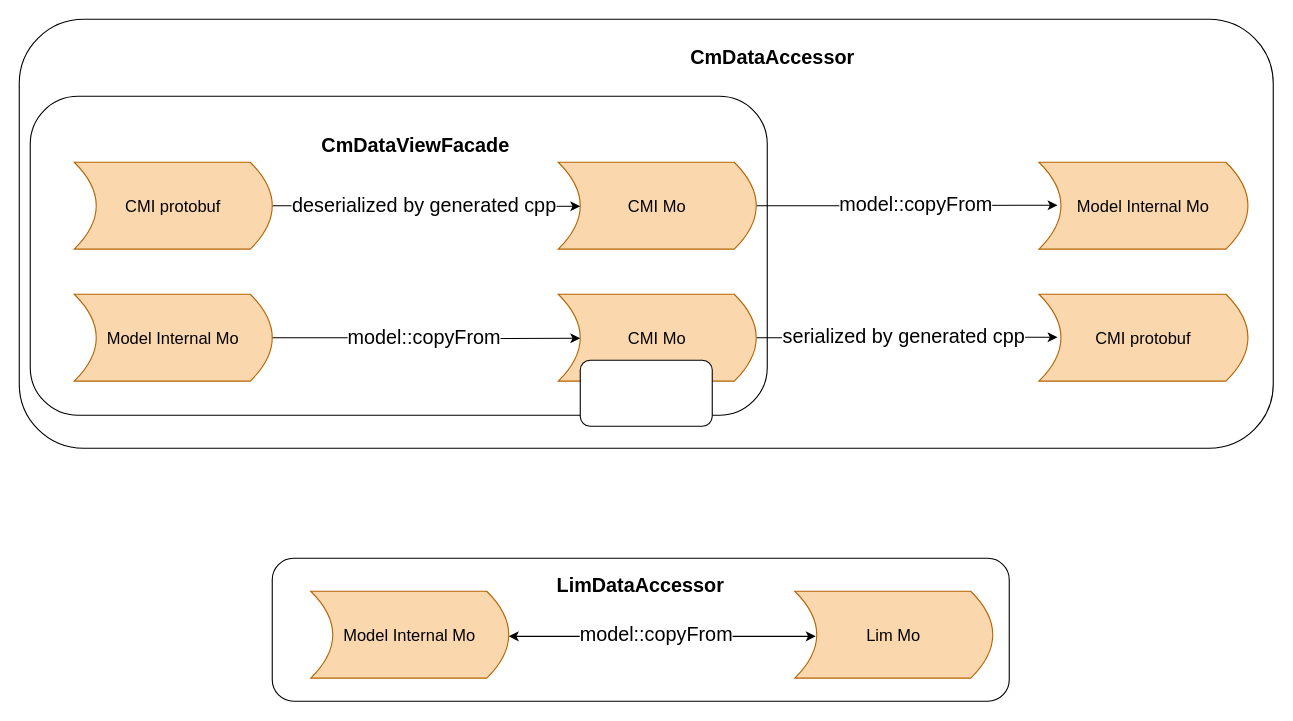
xdlhzdh/drawio keeps this draw.io diagram as cloud_model.drawio. Above is the earlier version. Source tidied: cells renumbered, new cells numbered last; positions are measured from the earlier drawing's top-left corner, leaving out a move shared by most shapes. Both pictures are drawn from the tidied source at 110%, with x=0, y=0 at pixel (19, 19).
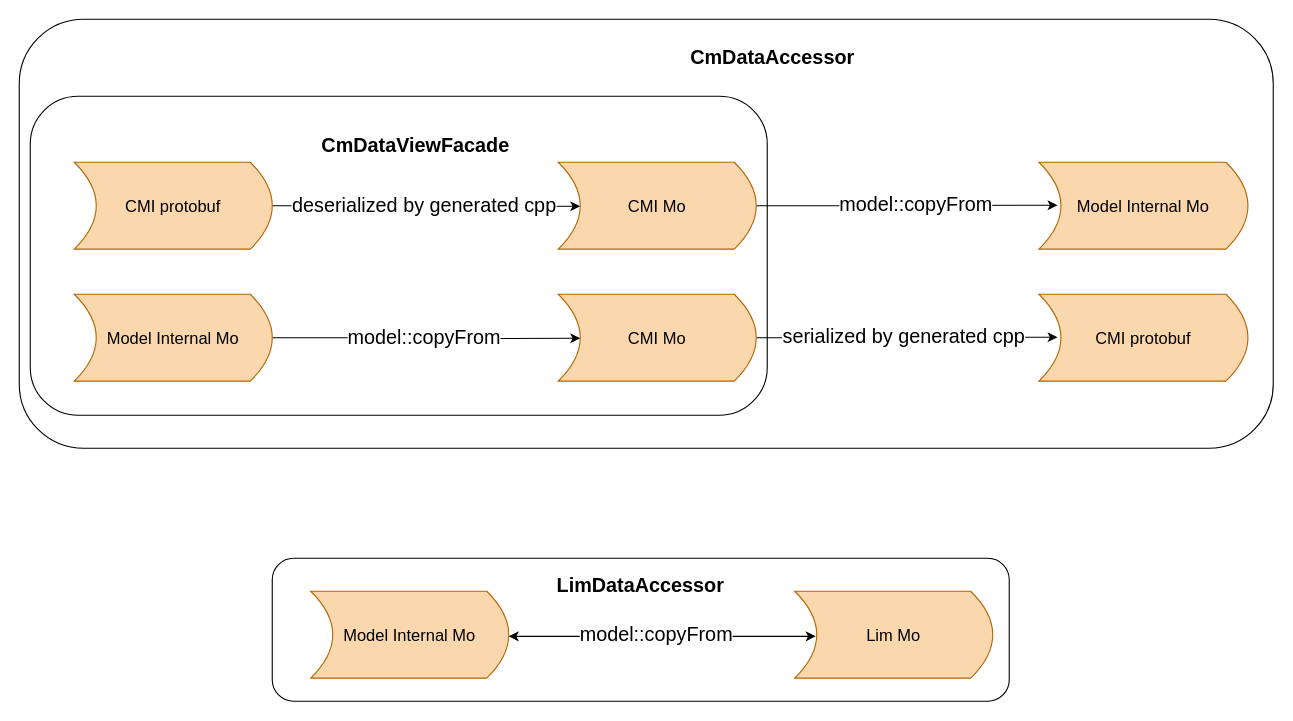
After the change.

Change to the diagram source:
```diff
@@
-    <mxCell id="25" style="rounded=1;whiteSpace=wrap;html=1;fontSize=18;fontColor=#00CC00;" parent="1" vertex="1">
-      <mxGeometry x="510" y="310" width="120" height="60" as="geometry" />
-    </mxCell>
```
